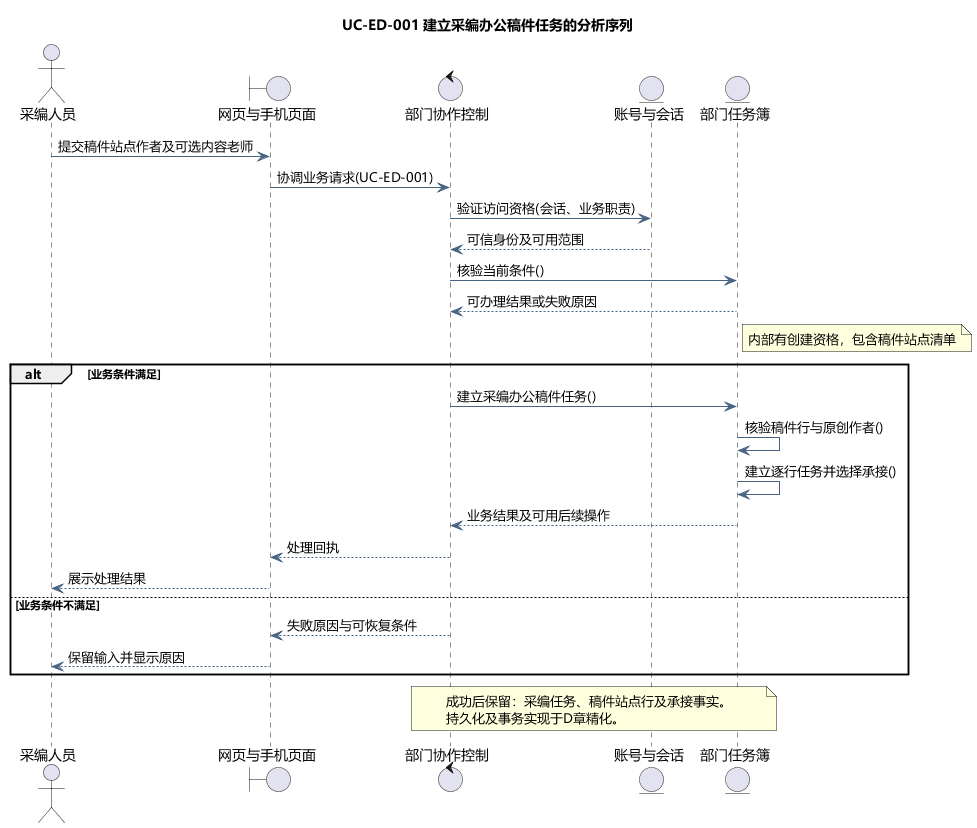
Earlier version of the PlantUML export docs/diagrams/analysis/seq-uc-ed-001.png (tccc1csu/miniprogram-csu).
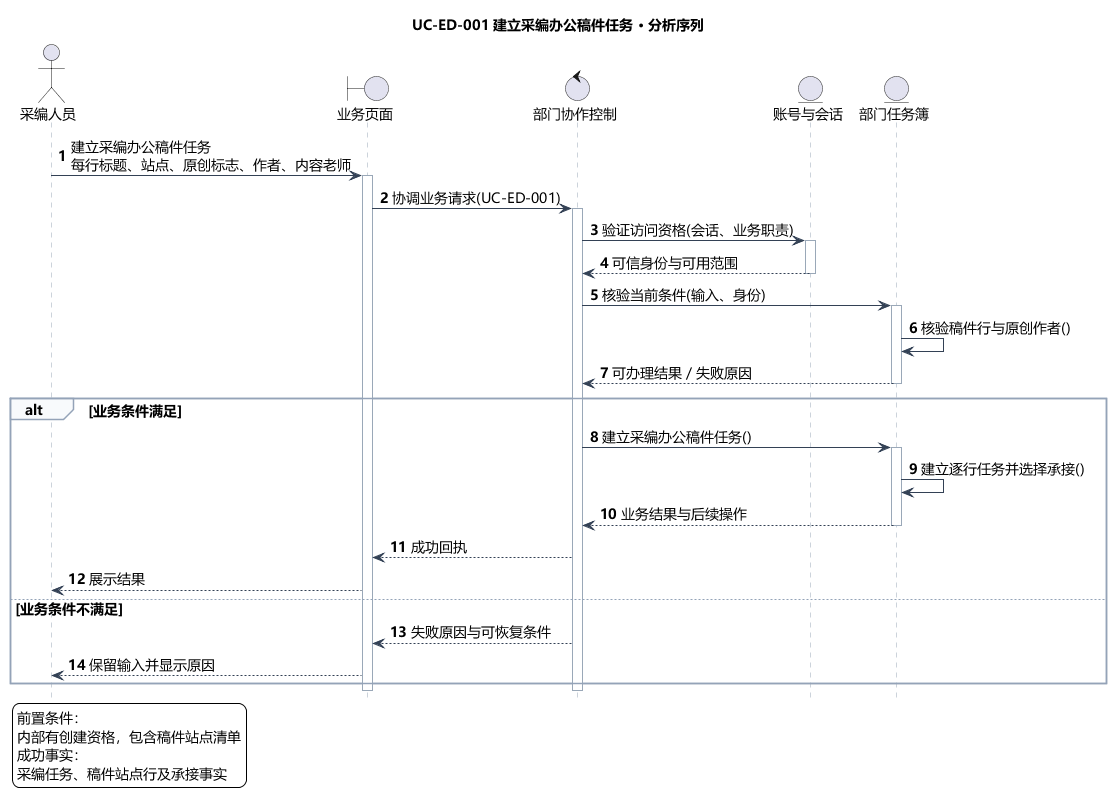
After the commit.

Change to the diagram source:
```diff
@@ -5,35 +5,53 @@
 skinparam ArrowColor #466482
 skinparam classAttributeIconSize 0
 hide empty members
-title UC-ED-001 建立采编办公稿件任务的分析序列
+skinparam defaultFontSize 14
+skinparam sequenceLifeLineBorderColor #9AA8B8
+skinparam sequenceArrowColor #334155
+skinparam sequenceGroupBorderColor #94A3B8
+skinparam sequenceGroupBackgroundColor #F8FAFC
+skinparam sequenceParticipantPadding 18
+skinparam maxMessageSize 240
+hide footbox
+autonumber
+title UC-ED-001 建立采编办公稿件任务 · 分析序列
 actor "采编人员" as actor
-boundary "网页与手机页面" as page
+boundary "业务页面" as page
 control "部门协作控制" as ctl
 entity "账号与会话" as identity
 entity "部门任务簿" as model
-actor -> page : 提交稿件站点作者及可选内容老师
+actor -> page : 建立采编办公稿件任务\n每行标题、站点、原创标志、作者、内容老师
+activate page
 page -> ctl : 协调业务请求(UC-ED-001)
+activate ctl
 ctl -> identity : 验证访问资格(会话、业务职责)
-identity --> ctl : 可信身份及可用范围
-ctl -> model : 核验当前条件()
-model --> ctl : 可办理结果或失败原因
-note right of model
-内部有创建资格，包含稿件站点清单
-end note
+activate identity
+identity --> ctl : 可信身份与可用范围
+deactivate identity
+ctl -> model : 核验当前条件(输入、身份)
+activate model
+model -> model : 核验稿件行与原创作者()
+model --> ctl : 可办理结果／失败原因
+deactivate model
 alt 业务条件满足
 ctl -> model : 建立采编办公稿件任务()
-model -> model : 核验稿件行与原创作者()
+activate model
 model -> model : 建立逐行任务并选择承接()
-model --> ctl : 业务结果及可用后续操作
-ctl --> page : 处理回执
-page --> actor : 展示处理结果
+model --> ctl : 业务结果与后续操作
+deactivate model
+ctl --> page : 成功回执
+page --> actor : 展示结果
 else 业务条件不满足
 ctl --> page : 失败原因与可恢复条件
 page --> actor : 保留输入并显示原因
 end
-note over ctl,model
-成功后保留：采编任务、稿件站点行及承接事实。
-持久化及事务实现于D章精化。
-end note
+deactivate ctl
+deactivate page
+legend bottom left
+前置条件：
+内部有创建资格，包含稿件站点清单
+成功事实：
+采编任务、稿件站点行及承接事实
+endlegend
 
 @enduml
```
